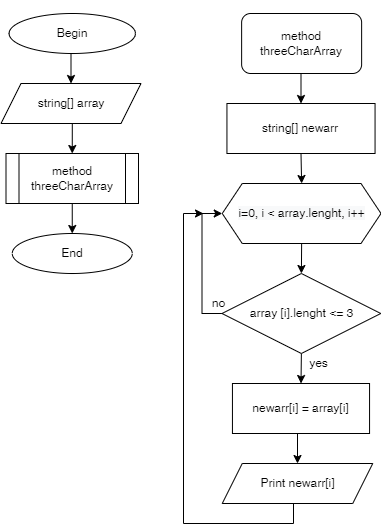
Earlier version of the draw.io export flowchart.png (Dimoklim/Test_Work). Source tidied: cells renumbered, new cells last; positions are measured from the earlier drawing's top-left corner, leaving out a move shared by most shapes.
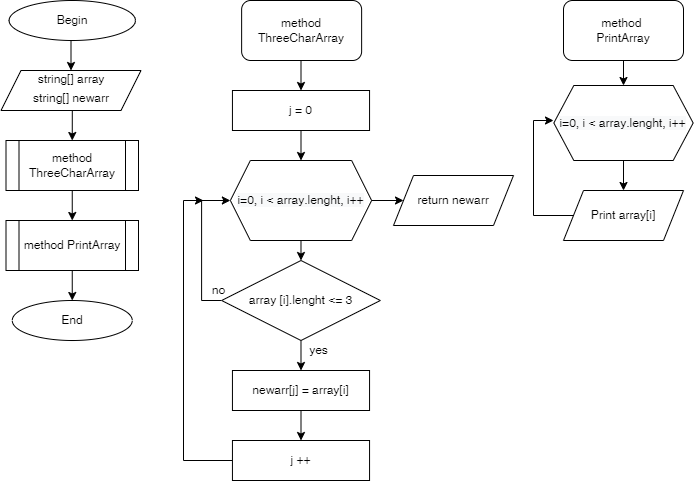
Later version of the same file.

Change to the diagram source:
```diff
@@ -11,7 +11,7 @@
     <mxCell id="4" style="edgeStyle=orthogonalEdgeStyle;rounded=0;jettySize=auto;html=1;exitX=0.5;exitY=1;exitDx=0;exitDy=0;entryX=0.5;entryY=0;entryDx=0;entryDy=0;fontFamily=Helvetica;fontSize=12;fontColor=#000000;" parent="1" edge="1" source="5" target="7">
       <mxGeometry relative="1" as="geometry" />
     </mxCell>
-    <mxCell id="5" value="string[] array" style="shape=parallelogram;perimeter=parallelogramPerimeter;whiteSpace=wrap;html=1;fixedSize=1;rounded=0;labelBackgroundColor=#FFFFFF;fontFamily=Helvetica;fontSize=12;fontColor=#000000;fillColor=none;" parent="1" vertex="1">
+    <mxCell id="5" value="&lt;font style=&quot;background-color: rgb(255 , 255 , 255)&quot;&gt;&lt;font style=&quot;font-size: 12px&quot;&gt;string[] array&lt;/font&gt;&lt;br&gt;&lt;/font&gt;&lt;div style=&quot;line-height: 22px&quot;&gt;&lt;font style=&quot;background-color: rgb(255 , 255 , 255) ; font-size: 12px&quot;&gt;string[] newarr&lt;/font&gt;&lt;/div&gt;" style="shape=parallelogram;perimeter=parallelogramPerimeter;whiteSpace=wrap;html=1;fixedSize=1;rounded=0;labelBackgroundColor=#FFFFFF;fontFamily=Helvetica;fontSize=12;fontColor=#000000;fillColor=none;" parent="1" vertex="1">
       <mxGeometry x="-0.5" y="70" width="140" height="40" as="geometry" />
     </mxCell>
     <mxCell id="6" style="edgeStyle=orthogonalEdgeStyle;rounded=0;jettySize=auto;html=1;exitX=0.5;exitY=1;exitDx=0;exitDy=0;entryX=0.5;entryY=0;entryDx=0;entryDy=0;fontFamily=Helvetica;fontSize=12;fontColor=#000000;" parent="1" edge="1" source="7">
@@ -19,11 +19,11 @@
         <mxPoint x="70.8" y="220" as="targetPoint" />
       </mxGeometry>
     </mxCell>
-    <mxCell id="7" value="method threeCharArray" style="shape=process;whiteSpace=wrap;html=1;backgroundOutline=1;rounded=0;labelBackgroundColor=#FFFFFF;fontFamily=Helvetica;fontSize=12;fontColor=#000000;fillColor=none;" parent="1" vertex="1">
+    <mxCell id="7" value="method ThreeCharArray" style="shape=process;whiteSpace=wrap;html=1;backgroundOutline=1;rounded=0;labelBackgroundColor=#FFFFFF;fontFamily=Helvetica;fontSize=12;fontColor=#000000;fillColor=none;" parent="1" vertex="1">
       <mxGeometry x="4.5" y="140" width="132.5" height="50" as="geometry" />
     </mxCell>
     <mxCell id="8" value="End" style="ellipse;whiteSpace=wrap;html=1;rounded=0;labelBackgroundColor=#FFFFFF;fontFamily=Helvetica;fontSize=12;fontColor=#000000;fillColor=none;" parent="1" vertex="1">
-      <mxGeometry x="10.8" y="220" width="120" height="40" as="geometry" />
+      <mxGeometry x="10.8" y="300" width="120" height="40" as="geometry" />
     </mxCell>
     <mxCell id="9" style="edgeStyle=orthogonalEdgeStyle;rounded=0;jettySize=auto;html=1;exitX=0.5;exitY=1;exitDx=0;exitDy=0;entryX=0.5;entryY=0;entryDx=0;entryDy=0;fontFamily=Helvetica;fontSize=12;fontColor=#000000;" parent="1" edge="1" source="11" target="18">
       <mxGeometry relative="1" as="geometry" />
@@ -32,53 +32,91 @@
       <mxGeometry relative="1" as="geometry" />
     </mxCell>
     <mxCell id="11" value="array [i].lenght &amp;lt;= 3" style="rhombus;whiteSpace=wrap;html=1;" parent="1" vertex="1">
-      <mxGeometry x="220.5" y="260" width="158.8" height="80" as="geometry" />
+      <mxGeometry x="220.1" y="260" width="158.8" height="80" as="geometry" />
     </mxCell>
-    <mxCell id="12" style="edgeStyle=orthogonalEdgeStyle;rounded=0;jettySize=auto;html=1;exitX=0.5;exitY=1;exitDx=0;exitDy=0;entryX=0.5;entryY=0;entryDx=0;entryDy=0;fontFamily=Helvetica;fontSize=12;fontColor=#000000;" parent="1" edge="1" target="14">
+    <mxCell id="12" style="edgeStyle=orthogonalEdgeStyle;rounded=0;orthogonalLoop=1;jettySize=auto;html=1;exitX=0.5;exitY=1;exitDx=0;exitDy=0;entryX=0.5;entryY=0;entryDx=0;entryDy=0;fontFamily=Helvetica;fontSize=12;fontColor=#000000;" parent="1" edge="1">
       <mxGeometry relative="1" as="geometry">
         <mxPoint x="299.5" y="60" as="sourcePoint" />
+        <mxPoint x="299.5" y="90" as="targetPoint" />
       </mxGeometry>
     </mxCell>
-    <mxCell id="13" style="edgeStyle=orthogonalEdgeStyle;rounded=0;jettySize=auto;html=1;exitX=0.5;exitY=1;exitDx=0;exitDy=0;entryX=0.5;entryY=0;entryDx=0;entryDy=0;fontFamily=Helvetica;fontSize=12;fontColor=#000000;" parent="1" edge="1" source="14" target="16">
-      <mxGeometry relative="1" as="geometry" />
-    </mxCell>
-    <mxCell id="14" value="&lt;div style=&quot;line-height: 19px&quot;&gt;&lt;span&gt;string&lt;/span&gt;[] &lt;span&gt;newarr&lt;/span&gt;&lt;/div&gt;" style="rounded=0;whiteSpace=wrap;html=1;labelBackgroundColor=#FFFFFF;fontFamily=Helvetica;fontSize=12;fontColor=#000000;fillColor=none;" parent="1" vertex="1">
-      <mxGeometry x="225.4" y="90" width="148.1" height="50" as="geometry" />
-    </mxCell>
     <mxCell id="15" style="edgeStyle=orthogonalEdgeStyle;rounded=0;jettySize=auto;html=1;exitX=0.5;exitY=1;exitDx=0;exitDy=0;entryX=0.5;entryY=0;entryDx=0;entryDy=0;fontFamily=Helvetica;fontSize=12;fontColor=#000000;" parent="1" edge="1" source="16" target="11">
       <mxGeometry relative="1" as="geometry" />
     </mxCell>
+    <mxCell id="24" style="edgeStyle=orthogonalEdgeStyle;rounded=0;jettySize=auto;html=1;exitX=1;exitY=0.5;exitDx=0;exitDy=0;entryX=0;entryY=0.5;entryDx=0;entryDy=0;fontFamily=Helvetica;fontSize=12;fontColor=#000000;" parent="1" edge="1" source="16" target="39">
+      <mxGeometry relative="1" as="geometry" />
+    </mxCell>
     <mxCell id="16" value="&lt;span style=&quot;font-family: &amp;#34;helvetica&amp;#34; ; background-color: rgb(248 , 249 , 250)&quot;&gt;i=0, i &amp;lt; array.lenght, i++&lt;/span&gt;" style="shape=hexagon;perimeter=hexagonPerimeter2;whiteSpace=wrap;html=1;fixedSize=1;rounded=0;labelBackgroundColor=#FFFFFF;fontFamily=Helvetica;fontSize=12;fontColor=#000000;fillColor=none;" parent="1" vertex="1">
-      <mxGeometry x="220.8" y="170" width="158.8" height="60" as="geometry" />
+      <mxGeometry x="228.9" y="160" width="141.2" height="80" as="geometry" />
     </mxCell>
-    <mxCell id="17" style="edgeStyle=orthogonalEdgeStyle;rounded=0;jettySize=auto;html=1;exitX=0.5;exitY=1;exitDx=0;exitDy=0;entryX=0.5;entryY=0;entryDx=0;entryDy=0;fontFamily=Helvetica;fontSize=12;fontColor=#000000;" parent="1" edge="1" source="18" target="21">
-      <mxGeometry relative="1" as="geometry" />
-    </mxCell>
+    <mxCell id="25" style="edgeStyle=orthogonalEdgeStyle;rounded=0;jettySize=auto;html=1;exitX=0.5;exitY=1;exitDx=0;exitDy=0;entryX=0.5;entryY=0;entryDx=0;entryDy=0;fontFamily=Helvetica;fontSize=12;fontColor=#000000;" parent="1" edge="1" source="18" target="33">
+      <mxGeometry relative="1" as="geometry" />
+    </mxCell>
-    <mxCell id="18" value="&lt;div style=&quot;line-height: 19px&quot;&gt;newarr[i] = array[i]&lt;/div&gt;" style="rounded=0;whiteSpace=wrap;html=1;labelBackgroundColor=#FFFFFF;fontFamily=Helvetica;fontSize=12;fontColor=#000000;fillColor=none;" parent="1" vertex="1">
-      <mxGeometry x="230.9" y="370" width="137.1" height="50" as="geometry" />
+    <mxCell id="18" value="&lt;div style=&quot;line-height: 19px&quot;&gt;newarr[j] = array[i]&lt;/div&gt;" style="rounded=0;whiteSpace=wrap;html=1;labelBackgroundColor=#FFFFFF;fontFamily=Helvetica;fontSize=12;fontColor=#000000;fillColor=none;" parent="1" vertex="1">
+      <mxGeometry x="230.9" y="370" width="137.1" height="40" as="geometry" />
     </mxCell>
     <mxCell id="19" value="yes" style="text;html=1;align=center;verticalAlign=middle;strokeColor=none;fillColor=none;fontSize=12;fontFamily=Helvetica;fontColor=#000000;" parent="1" vertex="1">
       <mxGeometry x="302" y="340" width="30" height="20" as="geometry" />
     </mxCell>
-    <mxCell id="20" style="edgeStyle=orthogonalEdgeStyle;rounded=0;jettySize=auto;html=1;exitX=0.5;exitY=1;exitDx=0;exitDy=0;fontFamily=Helvetica;fontSize=12;fontColor=#000000;" parent="1" edge="1" source="21">
-      <mxGeometry relative="1" as="geometry">
-        <mxPoint x="202" y="200" as="targetPoint" />
-        <Array as="points">
-          <mxPoint x="292" y="490" />
-          <mxPoint x="292" y="510" />
-          <mxPoint x="182" y="510" />
-          <mxPoint x="182" y="200" />
-        </Array>
-      </mxGeometry>
-    </mxCell>
-    <mxCell id="21" value="&lt;div style=&quot;line-height: 19px&quot;&gt;&lt;span style=&quot;background-color: rgb(255 , 255 , 255)&quot;&gt;Print newarr[i]&lt;/span&gt;&lt;/div&gt;" style="shape=parallelogram;perimeter=parallelogramPerimeter;whiteSpace=wrap;html=1;fixedSize=1;rounded=0;labelBackgroundColor=#FFFFFF;fontFamily=Helvetica;fontSize=12;fontColor=#000000;fillColor=none;" parent="1" vertex="1">
-      <mxGeometry x="220.8" y="450" width="150.5" height="40" as="geometry" />
-    </mxCell>
     <mxCell id="22" value="no" style="text;html=1;align=center;verticalAlign=middle;strokeColor=none;fillColor=none;fontSize=12;fontFamily=Helvetica;fontColor=#000000;" parent="1" vertex="1">
       <mxGeometry x="202" y="280" width="30" height="20" as="geometry" />
     </mxCell>
-    <mxCell id="23" value="&#10;&#10;&lt;span style=&quot;color: rgb(0, 0, 0); font-family: helvetica; font-size: 12px; font-style: normal; font-weight: 400; letter-spacing: normal; text-align: center; text-indent: 0px; text-transform: none; word-spacing: 0px; background-color: rgb(255, 255, 255); display: inline; float: none;&quot;&gt;method threeCharArray&lt;/span&gt;&#10;&#10;" style="rounded=1;whiteSpace=wrap;html=1;" parent="1" vertex="1">
+    <mxCell id="23" value="&lt;span style=&quot;color: rgb(0 , 0 , 0) ; font-family: &amp;#34;helvetica&amp;#34; ; font-size: 12px ; font-style: normal ; font-weight: 400 ; letter-spacing: normal ; text-align: center ; text-indent: 0px ; text-transform: none ; word-spacing: 0px ; background-color: rgb(255 , 255 , 255) ; display: inline ; float: none&quot;&gt;method ThreeCharArray&lt;/span&gt;" style="rounded=1;whiteSpace=wrap;html=1;" parent="1" vertex="1">
       <mxGeometry x="240.1" width="120" height="60" as="geometry" />
     </mxCell>
+    <mxCell id="26" style="edgeStyle=orthogonalEdgeStyle;rounded=0;jettySize=auto;html=1;exitX=0.5;exitY=1;exitDx=0;exitDy=0;entryX=0.5;entryY=0;entryDx=0;entryDy=0;fontFamily=Helvetica;fontSize=12;fontColor=#000000;" parent="1" edge="1" source="27" target="8">
+      <mxGeometry relative="1" as="geometry" />
+    </mxCell>
+    <mxCell id="27" value="method PrintArray" style="shape=process;whiteSpace=wrap;html=1;backgroundOutline=1;rounded=0;labelBackgroundColor=#FFFFFF;fontFamily=Helvetica;fontSize=12;fontColor=#000000;fillColor=none;" parent="1" vertex="1">
+      <mxGeometry x="4.5" y="220" width="132.5" height="50" as="geometry" />
+    </mxCell>
+    <mxCell id="28" style="edgeStyle=orthogonalEdgeStyle;rounded=0;jettySize=auto;html=1;exitX=0.5;exitY=1;exitDx=0;exitDy=0;entryX=0.5;entryY=0;entryDx=0;entryDy=0;fontFamily=Helvetica;fontSize=12;fontColor=#000000;" parent="1" edge="1" source="29" target="35">
+      <mxGeometry relative="1" as="geometry" />
+    </mxCell>
+    <mxCell id="29" value="&lt;span style=&quot;background-color: rgb(255 , 255 , 255)&quot;&gt;method &lt;br&gt;PrintArray&lt;/span&gt;" style="rounded=1;whiteSpace=wrap;html=1;" parent="1" vertex="1">
+      <mxGeometry x="562" width="120" height="60" as="geometry" />
+    </mxCell>
+    <mxCell id="30" style="edgeStyle=orthogonalEdgeStyle;rounded=0;jettySize=auto;html=1;exitX=0.5;exitY=1;exitDx=0;exitDy=0;entryX=0.5;entryY=0;entryDx=0;entryDy=0;fontFamily=Helvetica;fontSize=12;fontColor=#000000;" parent="1" edge="1" source="31" target="16">
+      <mxGeometry relative="1" as="geometry" />
+    </mxCell>
+    <mxCell id="31" value="&lt;div style=&quot;line-height: 19px&quot;&gt;j = 0&lt;/div&gt;" style="rounded=0;whiteSpace=wrap;html=1;labelBackgroundColor=#FFFFFF;fontFamily=Helvetica;fontSize=12;fontColor=#000000;fillColor=none;" parent="1" vertex="1">
+      <mxGeometry x="230.9" y="90" width="137.1" height="40" as="geometry" />
+    </mxCell>
+    <mxCell id="32" style="edgeStyle=orthogonalEdgeStyle;rounded=0;jettySize=auto;html=1;exitX=0;exitY=0.5;exitDx=0;exitDy=0;fontFamily=Helvetica;fontSize=12;fontColor=#000000;" parent="1" edge="1" source="33">
+      <mxGeometry relative="1" as="geometry">
+        <mxPoint x="202" y="200" as="targetPoint" />
+        <Array as="points">
+          <mxPoint x="182" y="460" />
+          <mxPoint x="182" y="200" />
+        </Array>
+      </mxGeometry>
+    </mxCell>
+    <mxCell id="33" value="&lt;div style=&quot;line-height: 19px&quot;&gt;j ++&lt;/div&gt;" style="rounded=0;whiteSpace=wrap;html=1;labelBackgroundColor=#FFFFFF;fontFamily=Helvetica;fontSize=12;fontColor=#000000;fillColor=none;" parent="1" vertex="1">
+      <mxGeometry x="230.9" y="440" width="137.1" height="40" as="geometry" />
+    </mxCell>
+    <mxCell id="34" style="edgeStyle=orthogonalEdgeStyle;rounded=0;jettySize=auto;html=1;exitX=0.5;exitY=1;exitDx=0;exitDy=0;entryX=0.5;entryY=0;entryDx=0;entryDy=0;fontFamily=Helvetica;fontSize=12;fontColor=#000000;" parent="1" edge="1" source="35" target="37">
+      <mxGeometry relative="1" as="geometry" />
+    </mxCell>
+    <mxCell id="35" value="&lt;span style=&quot;font-family: &amp;#34;helvetica&amp;#34; ; background-color: rgb(248 , 249 , 250)&quot;&gt;i=0, i &amp;lt; array.lenght, i++&lt;/span&gt;" style="shape=hexagon;perimeter=hexagonPerimeter2;whiteSpace=wrap;html=1;fixedSize=1;rounded=0;labelBackgroundColor=#FFFFFF;fontFamily=Helvetica;fontSize=12;fontColor=#000000;fillColor=none;" parent="1" vertex="1">
+      <mxGeometry x="552.3" y="85" width="139.4" height="75" as="geometry" />
+    </mxCell>
+    <mxCell id="36" style="edgeStyle=orthogonalEdgeStyle;rounded=0;jettySize=auto;html=1;exitX=0;exitY=0.5;exitDx=0;exitDy=0;fontFamily=Helvetica;fontSize=12;fontColor=#000000;" parent="1" edge="1" source="37">
+      <mxGeometry relative="1" as="geometry">
+        <mxPoint x="552" y="120" as="targetPoint" />
+        <Array as="points">
+          <mxPoint x="532" y="215" />
+          <mxPoint x="532" y="120" />
+        </Array>
+      </mxGeometry>
+    </mxCell>
+    <mxCell id="37" value="Print array[i]" style="shape=parallelogram;perimeter=parallelogramPerimeter;whiteSpace=wrap;html=1;fixedSize=1;labelBackgroundColor=#FFFFFF;fontFamily=Helvetica;fontSize=12;fontColor=#000000;" parent="1" vertex="1">
+      <mxGeometry x="562" y="190" width="120" height="50" as="geometry" />
+    </mxCell>
+    <mxCell id="38" style="edgeStyle=orthogonalEdgeStyle;rounded=0;orthogonalLoop=1;jettySize=auto;html=1;exitX=0.5;exitY=1;exitDx=0;exitDy=0;fontFamily=Helvetica;fontSize=12;fontColor=#000000;" parent="1" edge="1" source="37" target="37">
+      <mxGeometry relative="1" as="geometry" />
+    </mxCell>
+    <mxCell id="39" value="return newarr" style="shape=parallelogram;perimeter=parallelogramPerimeter;whiteSpace=wrap;html=1;fixedSize=1;labelBackgroundColor=#FFFFFF;fontFamily=Helvetica;fontSize=12;fontColor=#000000;" parent="1" vertex="1">
+      <mxGeometry x="392" y="175" width="120" height="50" as="geometry" />
+    </mxCell>
   </root>
 </mxGraphModel>
```
